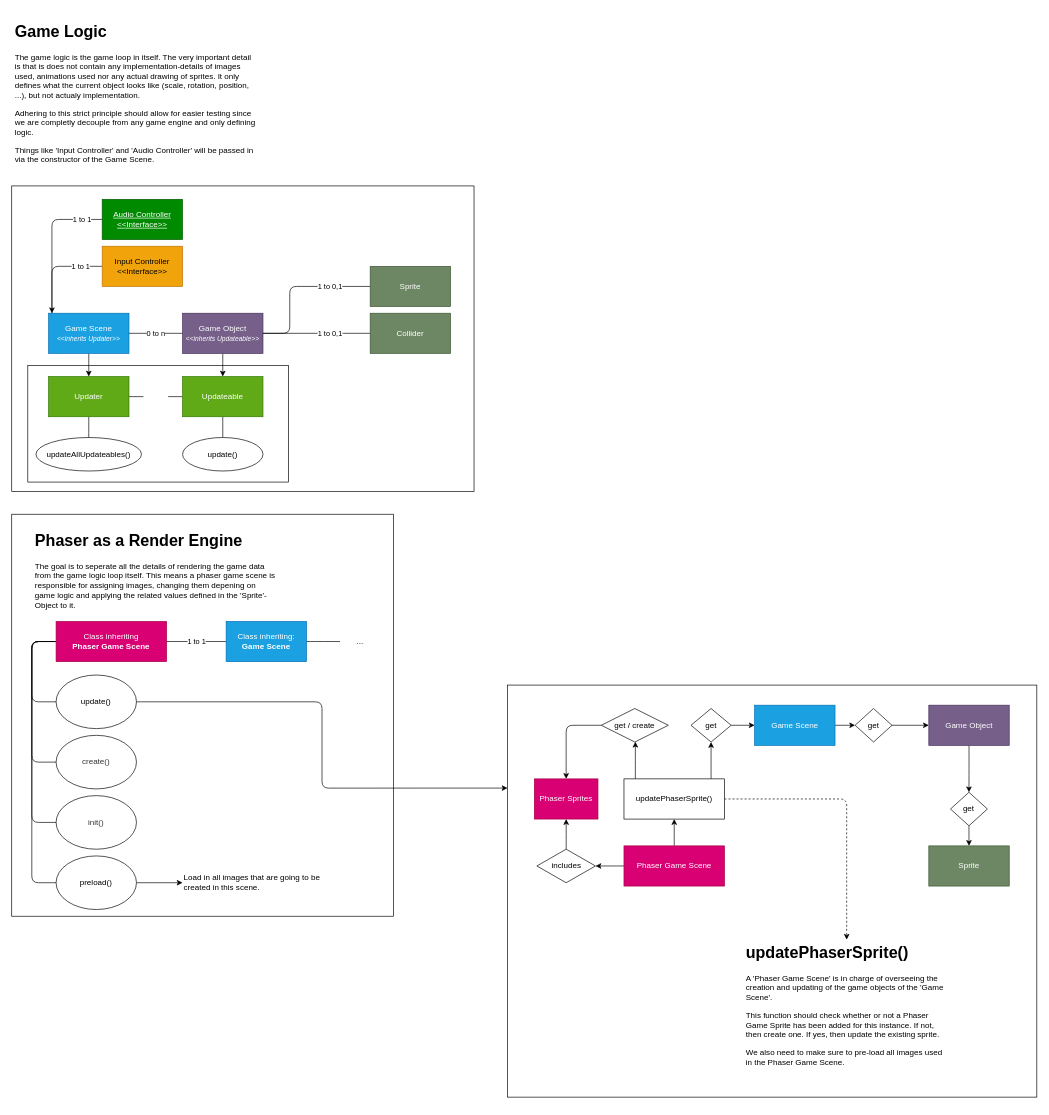
Earlier version of the draw.io diagram decoupling.drawio (DrZedd42/dungeon-mage-game). Source tidied: cells renumbered, new cells numbered last; positions are measured from the earlier drawing's top-left corner, leaving out a move shared by most shapes. Both pictures are drawn from the tidied source at 67%, with x=0, y=0 at pixel (11, 18).
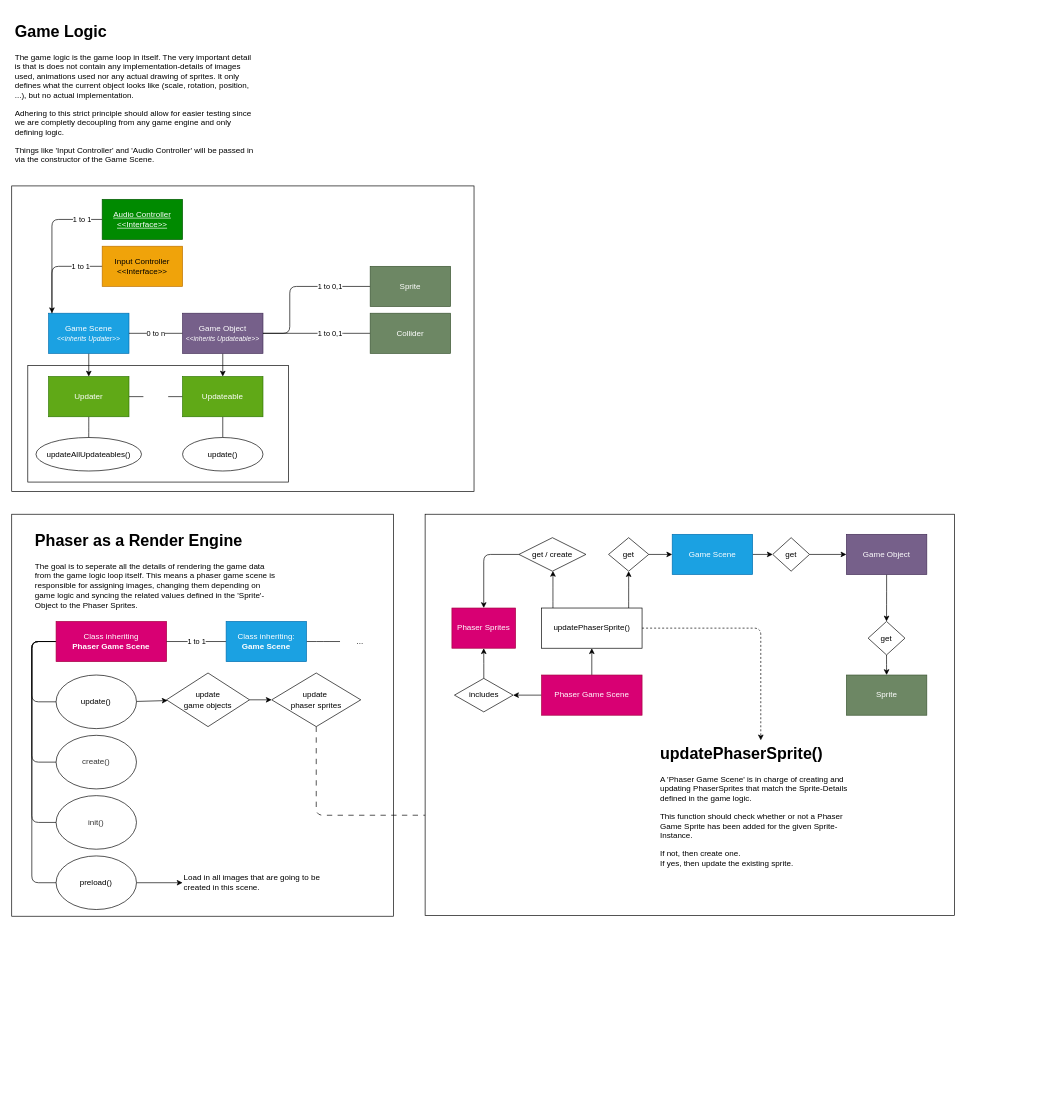
Above is the later version.

Commit message:
docs: better define the details of update function

Unchanged cells that the change refers to:
```xml
<mxCell id="27" value="update()" style="ellipse;whiteSpace=wrap;html=1;" parent="1" vertex="1">
  <mxGeometry x="66.2" y="980" width="120" height="80" as="geometry" />
</mxCell>
```

Diff of the diagram source:
```diff
@@
     <mxCell id="5" style="rounded=0;whiteSpace=wrap;html=1;" parent="1" vertex="1">
-      <mxGeometry x="740" y="995" width="790" height="615" as="geometry" />
+      <mxGeometry x="617" y="740" width="790" height="599" as="geometry" />
     </mxCell>
@@
-    <mxCell id="26" style="edgeStyle=orthogonalEdgeStyle;html=1;entryX=0;entryY=0.25;entryDx=0;entryDy=0;startArrow=none;startFill=0;endArrow=classic;endFill=1;" parent="1" edge="1" source="27" target="5">
-      <mxGeometry relative="1" as="geometry" />
-    </mxCell>
+    <mxCell id="68" style="edgeStyle=none;html=1;" parent="1" edge="1" source="27" target="70">
+      <mxGeometry relative="1" as="geometry" />
+    </mxCell>
@@
-    <mxCell id="32" value="&lt;h1&gt;Phaser as a Render Engine&lt;/h1&gt;&lt;p&gt;The goal is to seperate all the details of rendering the game data from the game logic loop itself. This means a phaser game scene is responsible for assigning images, changing them depening on game logic and applying the related values defined in the 'Sprite'-Object to it.&lt;/p&gt;" style="text;html=1;strokeColor=none;fillColor=none;spacing=5;spacingTop=-20;whiteSpace=wrap;overflow=hidden;rounded=0;" parent="1" vertex="1">
+    <mxCell id="32" value="&lt;h1&gt;Phaser as a Render Engine&lt;/h1&gt;&lt;p&gt;The goal is to seperate all the details of rendering the game data from the game logic loop itself. This means a phaser game scene is responsible for assigning images, changing them depending on game logic and syncing the related values defined in the 'Sprite'-Object to the Phaser Sprites.&lt;/p&gt;" style="text;html=1;strokeColor=none;fillColor=none;spacing=5;spacingTop=-20;whiteSpace=wrap;overflow=hidden;rounded=0;" parent="1" vertex="1">
       <mxGeometry x="30" y="760" width="370" height="130" as="geometry" />
     </mxCell>
-    <mxCell id="33" value="&lt;h1&gt;Game Logic&lt;/h1&gt;&lt;p&gt;The game logic is the game loop in itself. The very important detail is that is does not contain any implementation-details of images used, animations used nor any actual drawing of sprites. It only defines what the current object looks like (scale, rotation, position, ...), but not actualy implementation.&lt;/p&gt;&lt;p&gt;Adhering to this strict principle should allow for easier testing since we are completly decouple from any game engine and only defining logic.&lt;/p&gt;&lt;p&gt;Things like 'Input Controller' and 'Audio Controller' will be passed in via the constructor of the Game Scene.&lt;br&gt;&lt;/p&gt;" style="text;html=1;strokeColor=none;fillColor=none;spacing=5;spacingTop=-20;whiteSpace=wrap;overflow=hidden;rounded=0;" parent="1" vertex="1">
+    <mxCell id="33" value="&lt;h1&gt;Game Logic&lt;/h1&gt;&lt;p&gt;The game logic is the game loop in itself. The very important detail is that is does not contain any implementation-details of images used, animations used nor any actual drawing of sprites. It only defines what the current object looks like (scale, rotation, position, ...), but no actual implementation.&lt;/p&gt;&lt;p&gt;Adhering to this strict principle should allow for easier testing since we are completly decoupling from any game engine and only defining logic.&lt;/p&gt;&lt;p&gt;Things like 'Input Controller' and 'Audio Controller' will be passed in via the constructor of the Game Scene.&lt;br&gt;&lt;/p&gt;" style="text;html=1;strokeColor=none;fillColor=none;spacing=5;spacingTop=-20;whiteSpace=wrap;overflow=hidden;rounded=0;" parent="1" vertex="1">
       <mxGeometry width="370" height="230" as="geometry" />
     </mxCell>
@@
     <mxCell id="39" value="Phaser Game Scene" style="rounded=0;whiteSpace=wrap;html=1;fillColor=#d80073;fontColor=#ffffff;strokeColor=#A50040;" parent="1" vertex="1">
-      <mxGeometry x="913.8" y="1235" width="150" height="60" as="geometry" />
+      <mxGeometry x="790.8" y="980" width="150" height="60" as="geometry" />
     </mxCell>
     <mxCell id="40" value="Sprite" style="rounded=0;whiteSpace=wrap;html=1;fillColor=#6d8764;fontColor=#ffffff;strokeColor=#3A5431;" parent="1" vertex="1">
-      <mxGeometry x="1368.8" y="1235" width="120" height="60" as="geometry" />
+      <mxGeometry x="1245.8" y="980" width="120" height="60" as="geometry" />
     </mxCell>
@@
     <mxCell id="42" value="Game Scene" style="rounded=0;whiteSpace=wrap;html=1;fillColor=#1ba1e2;fontColor=#ffffff;strokeColor=#006EAF;" parent="1" vertex="1">
-      <mxGeometry x="1108.8" y="1025" width="120" height="60" as="geometry" />
+      <mxGeometry x="985.8" y="770" width="120" height="60" as="geometry" />
     </mxCell>
@@
     <mxCell id="44" value="get" style="rhombus;whiteSpace=wrap;html=1;" parent="1" vertex="1">
-      <mxGeometry x="1013.8" y="1030" width="60" height="50" as="geometry" />
+      <mxGeometry x="890.8" y="775" width="60" height="50" as="geometry" />
     </mxCell>
@@
     <mxCell id="46" value="get" style="rhombus;whiteSpace=wrap;html=1;" parent="1" vertex="1">
-      <mxGeometry x="1401.2" y="1155" width="55" height="50" as="geometry" />
+      <mxGeometry x="1278.2" y="900" width="55" height="50" as="geometry" />
     </mxCell>
@@
     <mxCell id="48" value="get" style="rhombus;whiteSpace=wrap;html=1;" parent="1" vertex="1">
-      <mxGeometry x="1258.8" y="1030" width="55" height="50" as="geometry" />
+      <mxGeometry x="1135.8" y="775" width="55" height="50" as="geometry" />
     </mxCell>
@@
     <mxCell id="50" value="Game Object" style="rounded=0;whiteSpace=wrap;html=1;fillColor=#76608a;fontColor=#ffffff;strokeColor=#432D57;" parent="1" vertex="1">
-      <mxGeometry x="1368.8" y="1025" width="120" height="60" as="geometry" />
+      <mxGeometry x="1245.8" y="770" width="120" height="60" as="geometry" />
     </mxCell>
     <mxCell id="51" style="edgeStyle=orthogonalEdgeStyle;html=1;entryX=0.5;entryY=1;entryDx=0;entryDy=0;startArrow=none;startFill=0;endArrow=classic;endFill=1;" parent="1" edge="1" source="54" target="44">
       <mxGeometry relative="1" as="geometry">
         <Array as="points">
-          <mxPoint x="1043.8" y="1115" />
-          <mxPoint x="1043.8" y="1115" />
+          <mxPoint x="920.8" y="860" />
+          <mxPoint x="920.8" y="860" />
         </Array>
       </mxGeometry>
     </mxCell>
     <mxCell id="52" style="edgeStyle=orthogonalEdgeStyle;html=1;startArrow=none;startFill=0;endArrow=classic;endFill=1;" parent="1" edge="1" source="54" target="56">
       <mxGeometry relative="1" as="geometry">
         <Array as="points">
-          <mxPoint x="930.8" y="1115" />
-          <mxPoint x="930.8" y="1115" />
+          <mxPoint x="807.8" y="860" />
+          <mxPoint x="807.8" y="860" />
         </Array>
       </mxGeometry>
     </mxCell>
@@
     <mxCell id="54" value="updatePhaserSprite()" style="rounded=0;whiteSpace=wrap;html=1;" parent="1" vertex="1">
-      <mxGeometry x="913.8" y="1135" width="150" height="60" as="geometry" />
+      <mxGeometry x="790.8" y="880" width="150" height="60" as="geometry" />
     </mxCell>
@@
     <mxCell id="56" value="get / create" style="rhombus;whiteSpace=wrap;html=1;" parent="1" vertex="1">
-      <mxGeometry x="880" y="1030" width="100" height="50" as="geometry" />
+      <mxGeometry x="757" y="775" width="100" height="50" as="geometry" />
     </mxCell>
     <mxCell id="57" value="Phaser Sprites" style="rounded=0;whiteSpace=wrap;html=1;fillColor=#d80073;fontColor=#ffffff;strokeColor=#A50040;" parent="1" vertex="1">
-      <mxGeometry x="780" y="1135" width="95" height="60" as="geometry" />
+      <mxGeometry x="657" y="880" width="95" height="60" as="geometry" />
     </mxCell>
@@
     <mxCell id="59" value="includes" style="rhombus;whiteSpace=wrap;html=1;" parent="1" vertex="1">
-      <mxGeometry x="783.8" y="1240" width="87.5" height="50" as="geometry" />
+      <mxGeometry x="660.8" y="985" width="87.5" height="50" as="geometry" />
     </mxCell>
@@
-    <mxCell id="62" value="&lt;h1&gt;updatePhaserSprite()&lt;/h1&gt;&lt;p&gt;A 'Phaser Game Scene' is in charge of overseeing the creation and updating of the game objects of the 'Game Scene'.&lt;br&gt;&lt;/p&gt;&lt;p&gt;This function should check whether or not a Phaser Game Sprite has been added for this instance. If not, then create one. If yes, then update the existing sprite.&lt;/p&gt;&lt;p&gt;We also need to make sure to pre-load all images used in the Phaser Game Scene.&lt;/p&gt;" style="text;html=1;strokeColor=none;fillColor=none;spacing=5;spacingTop=-20;whiteSpace=wrap;overflow=hidden;rounded=0;" parent="1" vertex="1">
-      <mxGeometry x="1091.2" y="1375" width="310" height="245" as="geometry" />
+    <mxCell id="62" value="&lt;h1&gt;updatePhaserSprite()&lt;/h1&gt;&lt;p&gt;A 'Phaser Game Scene' is in charge of creating and updating PhaserSprites that match the Sprite-Details defined in the game logic.&lt;br&gt;&lt;/p&gt;&lt;p&gt;This function should check whether or not a Phaser Game Sprite has been added for the given Sprite-Instance.&lt;/p&gt;&lt;p&gt;&lt;span style=&quot;background-color: initial;&quot;&gt;If not, then create one.&lt;br&gt;If yes, then update the existing sprite.&lt;/span&gt;&lt;/p&gt;" style="text;html=1;strokeColor=none;fillColor=none;spacing=5;spacingTop=-20;whiteSpace=wrap;overflow=hidden;rounded=0;" parent="1" vertex="1">
+      <mxGeometry x="963" y="1077.5" width="310" height="195.5" as="geometry" />
     </mxCell>
@@
+    <mxCell id="69" style="edgeStyle=none;html=1;" parent="1" edge="1" source="70" target="72">
+      <mxGeometry relative="1" as="geometry" />
+    </mxCell>
+    <mxCell id="70" value="update&lt;br&gt;game objects" style="rhombus;whiteSpace=wrap;html=1;" parent="1" vertex="1">
+      <mxGeometry x="231" y="977" width="124" height="80" as="geometry" />
+    </mxCell>
+    <mxCell id="71" style="edgeStyle=orthogonalEdgeStyle;html=1;entryX=0;entryY=0.75;entryDx=0;entryDy=0;endArrow=none;endFill=0;dashed=1;dashPattern=8 8;" parent="1" edge="1" source="72" target="5">
+      <mxGeometry relative="1" as="geometry">
+        <Array as="points">
+          <mxPoint x="455" y="1189" />
+        </Array>
+      </mxGeometry>
+    </mxCell>
+    <mxCell id="72" value="update&amp;nbsp;&lt;br&gt;phaser sprites" style="rhombus;whiteSpace=wrap;html=1;" parent="1" vertex="1">
+      <mxGeometry x="388" y="977" width="133" height="80" as="geometry" />
+    </mxCell>
```
